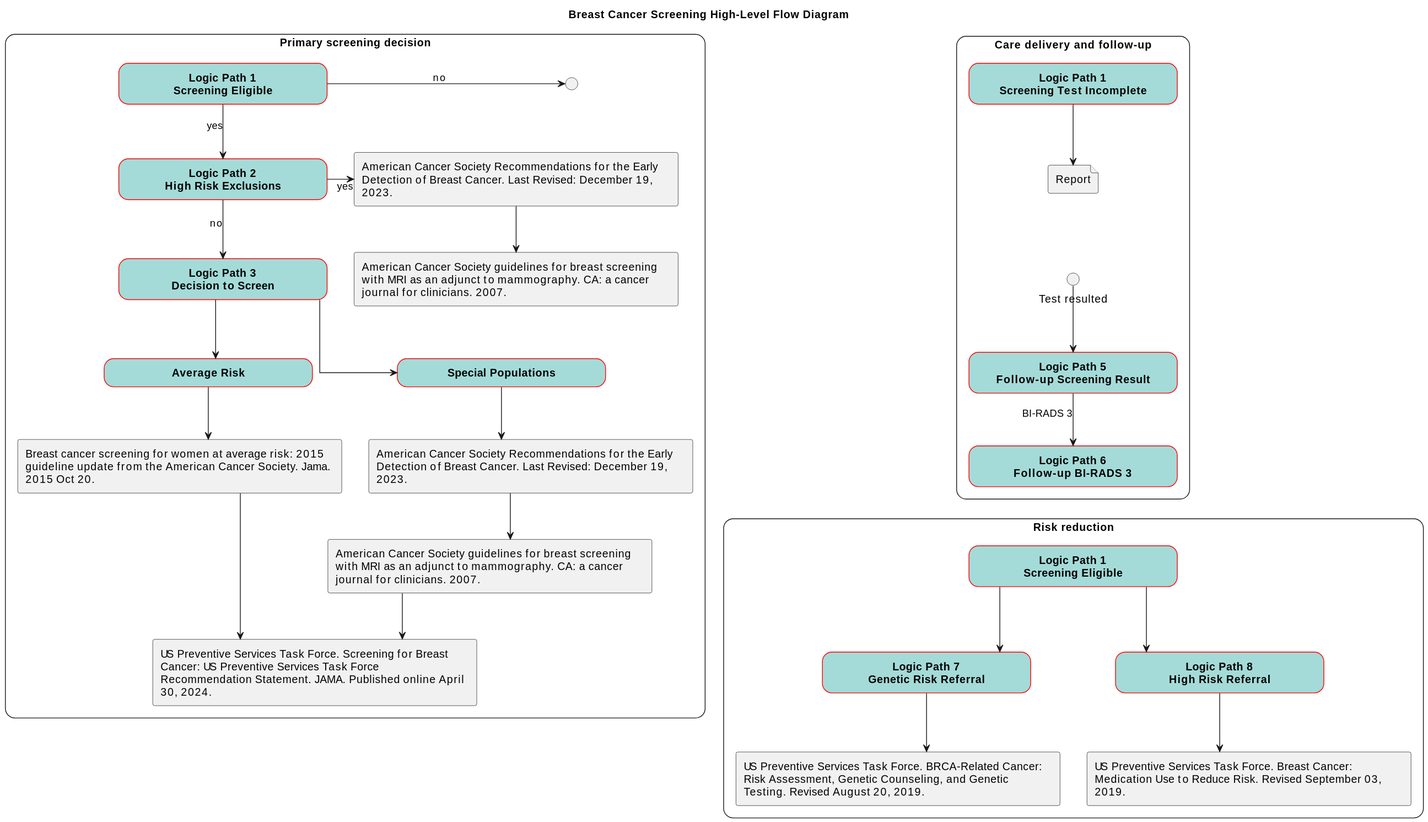
The PlantUML diagram images/flow-HighLevel.svg in ccsm-cds-tools/CDC-Breast-Cancer-Screening-CDS-L2, before a commit.
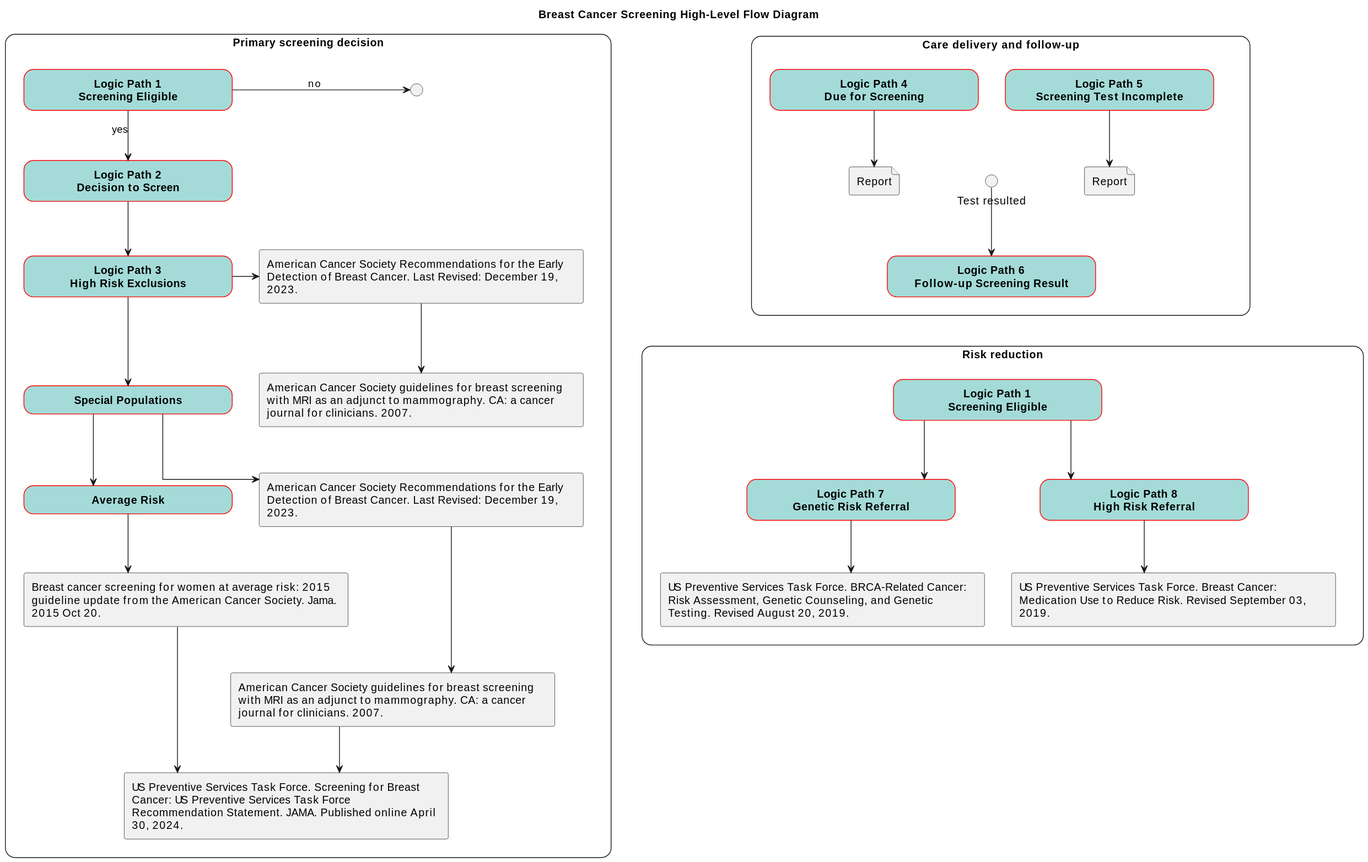
The same file after the commit.

Diff of the diagram source:
```diff
@@ -27,10 +27,10 @@
     }
 </style>
 title "Breast Cancer Screening High-Level Flow Diagram"
-rectangle "Primary screening decision" <<main>> {
+rectangle "Primary screening decision" <<main>> as primary {
     rectangle "Logic Path 1\nScreening Eligible" <<roundbox>> as path_1
-    rectangle "Logic Path 2\nHigh Risk Exclusions" <<roundbox>> as path_2
-    rectangle "Logic Path 3\nDecision to Screen" <<roundbox>> as path_3
+    rectangle "Logic Path 2\nDecision to Screen" <<roundbox>> as path_2
+    rectangle "Logic Path 3\nHigh Risk Exclusions" <<roundbox>> as path_3
     rectangle "Special Populations" <<roundbox>> as path_sp
     rectangle "Average Risk" <<roundbox>> as path_avg
         rectangle "American Cancer Society Recommendations for the Early Detection of Breast Cancer. Last Revised: December 19, 2023." <<citation>> as acs_high_ref_1
@@ -40,31 +40,33 @@
     rectangle "American Cancer Society Recommendations for the Early Detection of Breast Cancer. Last Revised: December 19, 2023." <<citation>> as acs_high_ref
     rectangle "American Cancer Society guidelines for breast screening with MRI as an adjunct to mammography. CA: a cancer journal for clinicians. 2007." <<citation>> as acs_mri_ref
     circle "<U+0000>" as end_path_1_2
-    path_1--[norank]-->end_path_1_2: no
+    path_1-[norank]->end_path_1_2: no
     path_1-->path_2: yes
-    path_2-down->path_3: no
-    path_2-right->acs_high_ref_1: yes
+    path_2-down->path_3
+    path_3--right-->acs_high_ref_1
     acs_high_ref_1-->acs_mri_ref_1
     path_3-->path_sp
-    path_3-->path_avg
+    path_sp-->path_avg
     path_sp-->acs_high_ref
-    acs_high_ref-down->acs_mri_ref
+    acs_high_ref--down->acs_mri_ref
     acs_mri_ref-->uspstf_ref
     path_avg->acs_avg_ref
-    acs_avg_ref-->uspstf_ref
+    acs_avg_ref->uspstf_ref
 }
-rectangle "Care delivery and follow-up" <<main>> {
-    rectangle "Logic Path 1\nScreening Test Incomplete" <<roundbox>> as path_4
-    rectangle "Logic Path 5\nFollow-up Screening Result" <<roundbox>> as path_5
-    rectangle "Logic Path 6\nFollow-up BI-RADS 3" <<roundbox>> as path_6
-    circle "Test resulted" as start_path_5
+rectangle "Care delivery and follow-up" <<main>> as followup {
+    rectangle "Logic Path 4\nDue for Screening" <<roundbox>> as path_4
+    rectangle "Logic Path 5\nScreening Test Incomplete" <<roundbox>> as path_5
+    rectangle "Logic Path 6\nFollow-up Screening Result" <<roundbox>> as path_6
+    circle "Test resulted" as start_path_6
     file "Report" as path_4_end
+    file "Report" as path_5_end
     path_4-->path_4_end
-    path_4_end-[hidden]->start_path_5
-    start_path_5-->path_5
-    path_5-->path_6: BI-RADS 3
+    path_4-[hidden]->start_path_6
+    path_5-[hidden]->start_path_6
+    path_5-->path_5_end
+    start_path_6-->path_6
 }
-rectangle "Risk reduction" <<main>> {
+rectangle "Risk reduction" <<main>> as reduction {
     rectangle "Logic Path 1\nScreening Eligible" <<roundbox>> as path_1_2
     rectangle "Logic Path 7\nGenetic Risk Referral" <<roundbox>> as path_7
     rectangle "Logic Path 8\nHigh Risk Referral" <<roundbox>> as path_8
@@ -75,5 +77,6 @@
     path_7-down->uspstf_gen_ref
     path_8-down->uspstf_med_ref
 }
-path_6-[hidden]->path_1_2
+primary-right[hidden]->followup
+followup--down[hidden]-->reduction
 @enduml
```
